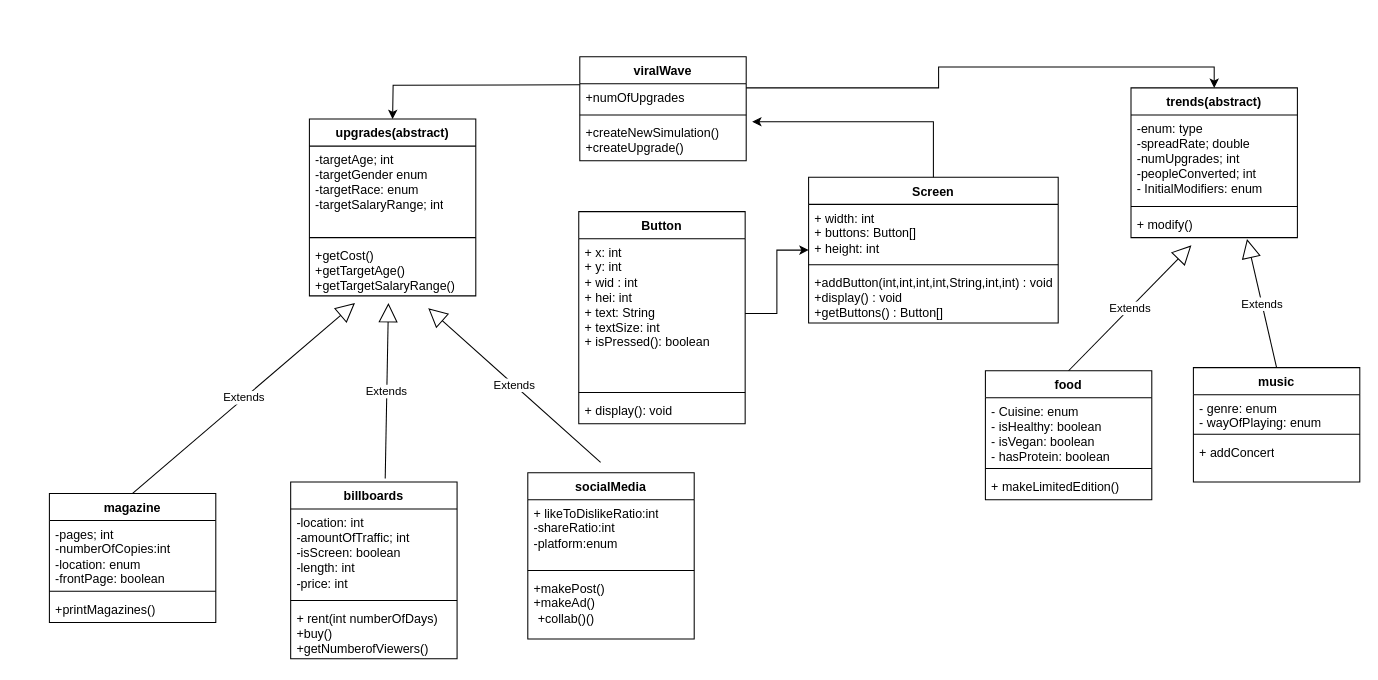
Earlier version of the draw.io diagram random flies/ClassDiagramFINAL(1).drawio (EliSlovik/Group-Project). Source tidied: cells renumbered, new cells numbered last; positions are measured from the earlier drawing's top-left corner, leaving out a move shared by most shapes. Both pictures are drawn from the tidied source at 104%, with x=0, y=0 at pixel (49, 56).
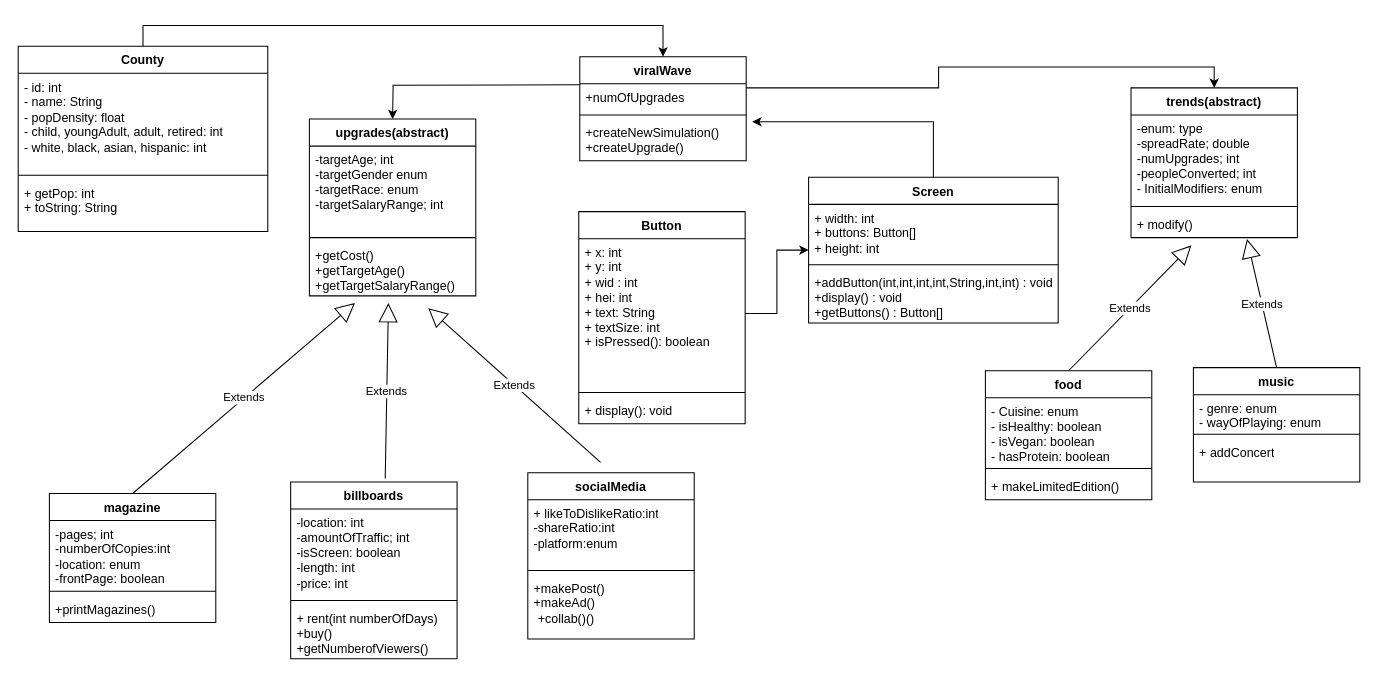
Above is the later version.

Unchanged cells that the change refers to:
```xml
<mxCell id="37" value="viralWave" style="swimlane;fontStyle=1;align=center;verticalAlign=top;horizontal=1;startSize=26;whiteSpace=wrap;html=1;" parent="1" vertex="1">
  <mxGeometry x="510" width="160" height="100" as="geometry" />
</mxCell>
```

What changed in the source:
```diff
@@
+    <mxCell id="51" style="edgeStyle=orthogonalEdgeStyle;rounded=0;jettySize=auto;html=1;exitX=0.5;exitY=0;exitDx=0;exitDy=0;entryX=0.5;entryY=0;entryDx=0;entryDy=0;" parent="1" edge="1" source="52" target="37">
+      <mxGeometry relative="1" as="geometry" />
+    </mxCell>
+    <mxCell id="52" value="County" style="swimlane;fontStyle=1;align=center;verticalAlign=top;horizontal=1;startSize=26;whiteSpace=wrap;html=1;" parent="1" vertex="1">
+      <mxGeometry x="-30" y="-10" width="240" height="178" as="geometry" />
+    </mxCell>
+    <mxCell id="53" value="&lt;div&gt;&lt;span style=&quot;background-color: transparent; color: light-dark(rgb(0, 0, 0), rgb(255, 255, 255));&quot;&gt;- id: int&lt;/span&gt;&lt;/div&gt;&lt;div&gt;- name: String&lt;/div&gt;&lt;div&gt;- popDensity: float&lt;/div&gt;&lt;div&gt;- child, youngAdult, adult, retired: int&lt;/div&gt;&lt;div&gt;- white, black, asian, hispanic: int&lt;/div&gt;" style="text;strokeColor=none;fillColor=none;align=left;verticalAlign=top;spacingLeft=4;spacingRight=4;overflow=hidden;whiteSpace=wrap;html=1;" parent="52" vertex="1">
+      <mxGeometry y="26" width="240" height="94" as="geometry" />
+    </mxCell>
+    <mxCell id="54" style="line;strokeWidth=1;fillColor=none;align=left;verticalAlign=middle;spacingTop=-1;spacingLeft=3;spacingRight=3;labelPosition=right;strokeColor=inherit;" parent="52" vertex="1">
+      <mxGeometry y="120" width="240" height="8" as="geometry" />
+    </mxCell>
+    <mxCell id="55" value="+ getPop: int&lt;div&gt;+ toString: String&lt;/div&gt;" style="text;strokeColor=none;fillColor=none;align=left;verticalAlign=top;spacingLeft=4;spacingRight=4;overflow=hidden;whiteSpace=wrap;html=1;" parent="52" vertex="1">
+      <mxGeometry y="128" width="240" height="50" as="geometry" />
+    </mxCell>
```
